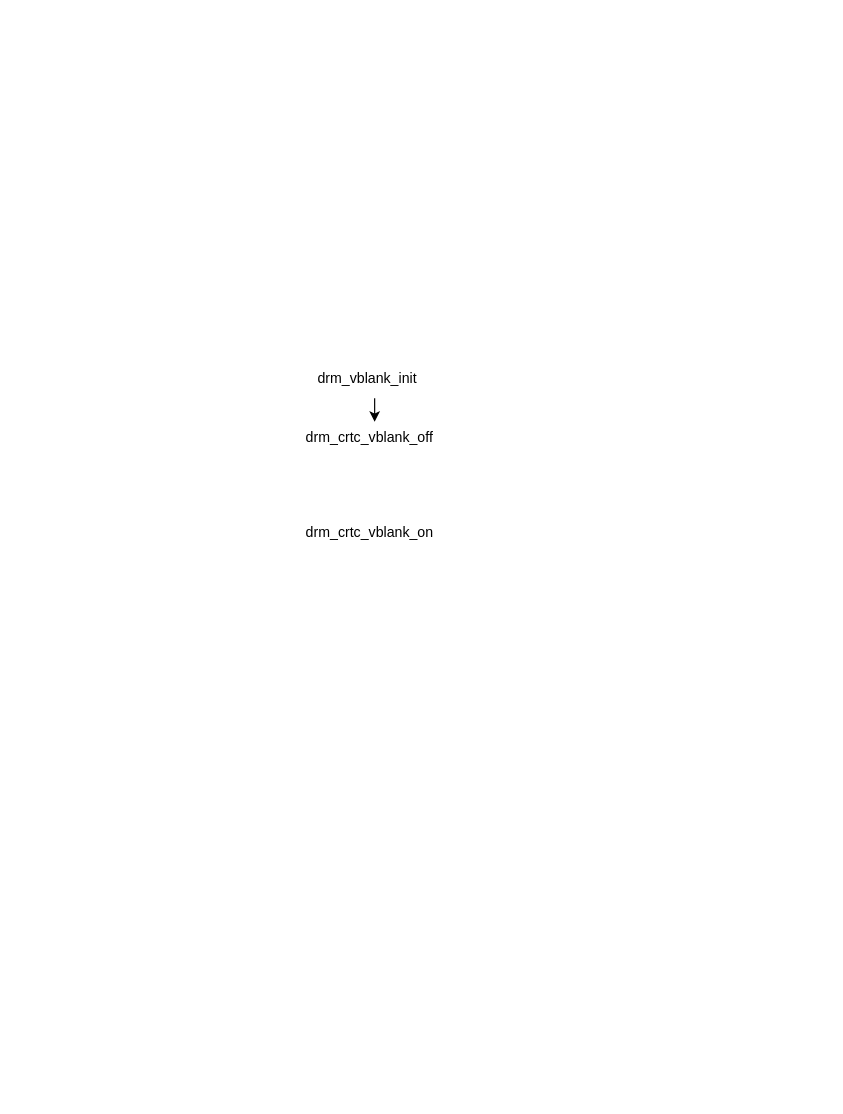
Above: vblank.drawio in YC-Xiang/draw.io (draw.io), before the change. Source tidied: cells renumbered, new cells numbered last; positions are measured from the earlier drawing's top-left corner, leaving out a move shared by most shapes. Both pictures are drawn from the tidied source at 118%, with x=0, y=0 at pixel (303, 362).
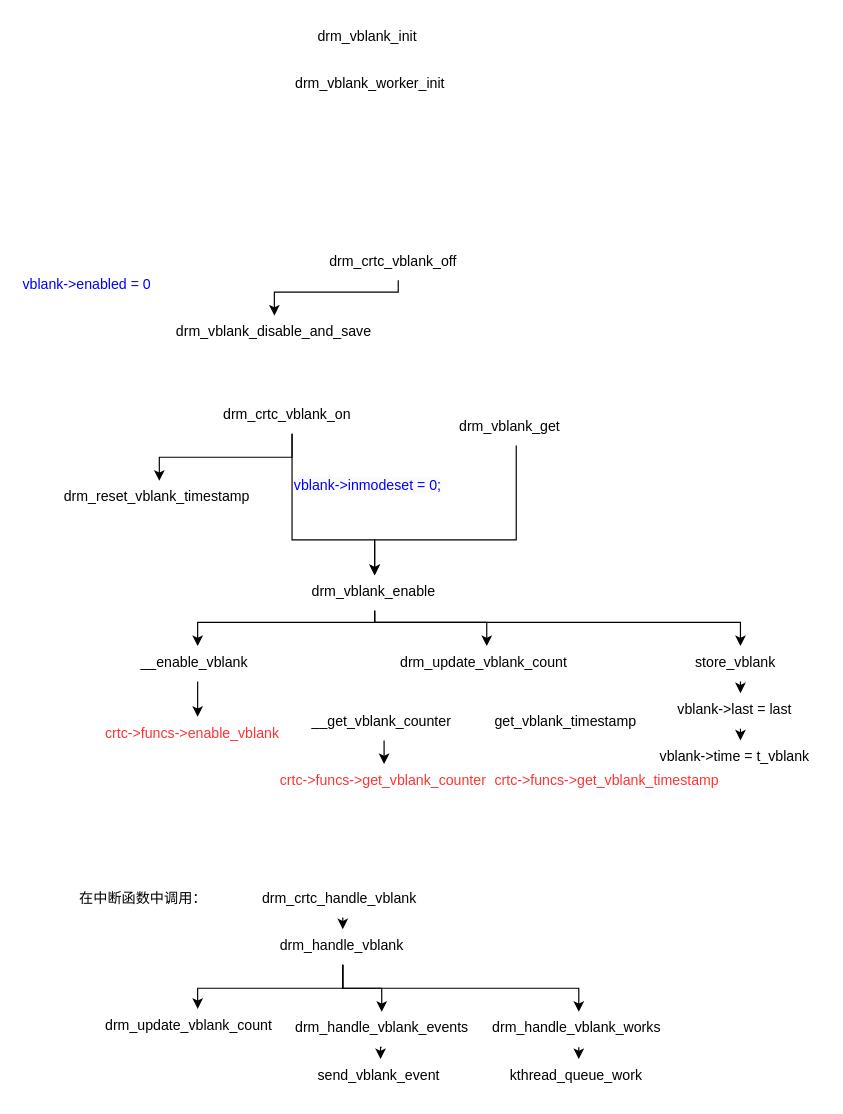
After the change.

Diff of the diagram source:
```diff
@@
+    <mxCell id="6" style="edgeStyle=orthogonalEdgeStyle;rounded=0;jettySize=auto;html=1;exitX=0.5;exitY=1;exitDx=0;exitDy=0;entryX=0.5;entryY=0;entryDx=0;entryDy=0;" parent="1" edge="1" source="2" target="30">
+      <mxGeometry relative="1" as="geometry">
+        <Array as="points">
+          <mxPoint x="80" y="-60" />
+          <mxPoint x="-25" y="-60" />
+        </Array>
+      </mxGeometry>
+    </mxCell>
     <mxCell id="2" value="drm_crtc_vblank_off" style="text;whiteSpace=wrap;html=1;" parent="1" vertex="1">
-      <mxGeometry y="50" width="120" height="30" as="geometry" />
+      <mxGeometry x="20" y="-100" width="120" height="30" as="geometry" />
     </mxCell>
-    <mxCell id="3" style="edgeStyle=orthogonalEdgeStyle;rounded=0;jettySize=auto;html=1;exitX=0.5;exitY=1;exitDx=0;exitDy=0;entryX=0.5;entryY=0;entryDx=0;entryDy=0;" parent="1" edge="1" source="4" target="2">
-      <mxGeometry relative="1" as="geometry" />
-    </mxCell>
     <mxCell id="4" value="drm_vblank_init" style="text;whiteSpace=wrap;html=1;" parent="1" vertex="1">
-      <mxGeometry x="10" width="100" height="30" as="geometry" />
+      <mxGeometry x="10" y="-290" width="100" height="30" as="geometry" />
     </mxCell>
+    <mxCell id="7" style="edgeStyle=orthogonalEdgeStyle;rounded=0;jettySize=auto;html=1;exitX=0.5;exitY=1;exitDx=0;exitDy=0;entryX=0.5;entryY=0;entryDx=0;entryDy=0;" parent="1" edge="1" source="5" target="29">
+      <mxGeometry relative="1" as="geometry" />
+    </mxCell>
+    <mxCell id="8" style="edgeStyle=orthogonalEdgeStyle;rounded=0;jettySize=auto;html=1;exitX=0.5;exitY=1;exitDx=0;exitDy=0;entryX=0.5;entryY=0;entryDx=0;entryDy=0;" parent="1" edge="1" source="5" target="15">
+      <mxGeometry relative="1" as="geometry">
+        <Array as="points">
+          <mxPoint x="-10" y="150" />
+          <mxPoint x="60" y="150" />
+        </Array>
+      </mxGeometry>
+    </mxCell>
     <mxCell id="5" value="drm_crtc_vblank_on" style="text;whiteSpace=wrap;html=1;" parent="1" vertex="1">
-      <mxGeometry y="130" width="120" height="30" as="geometry" />
+      <mxGeometry x="-70" y="30" width="120" height="30" as="geometry" />
     </mxCell>
+    <mxCell id="9" style="edgeStyle=orthogonalEdgeStyle;rounded=0;jettySize=auto;html=1;exitX=0.5;exitY=1;exitDx=0;exitDy=0;entryX=0.5;entryY=0;entryDx=0;entryDy=0;" parent="1" edge="1" source="10" target="11">
+      <mxGeometry relative="1" as="geometry" />
+    </mxCell>
+    <mxCell id="10" value="__enable_vblank" style="text;whiteSpace=wrap;html=1;" parent="1" vertex="1">
+      <mxGeometry x="-140" y="240" width="100" height="30" as="geometry" />
+    </mxCell>
+    <mxCell id="11" value="&lt;font color=&quot;#ff3333&quot;&gt;crtc-&amp;gt;funcs-&amp;gt;enable_vblank&lt;/font&gt;" style="text;whiteSpace=wrap;html=1;" parent="1" vertex="1">
+      <mxGeometry x="-170" y="300" width="160" height="30" as="geometry" />
+    </mxCell>
+    <mxCell id="12" style="edgeStyle=orthogonalEdgeStyle;rounded=0;jettySize=auto;html=1;exitX=0.5;exitY=1;exitDx=0;exitDy=0;entryX=0.5;entryY=0;entryDx=0;entryDy=0;" parent="1" edge="1" source="15" target="10">
+      <mxGeometry relative="1" as="geometry">
+        <Array as="points">
+          <mxPoint x="60" y="220" />
+          <mxPoint x="-90" y="220" />
+        </Array>
+      </mxGeometry>
+    </mxCell>
+    <mxCell id="13" style="edgeStyle=orthogonalEdgeStyle;rounded=0;jettySize=auto;html=1;exitX=0.5;exitY=1;exitDx=0;exitDy=0;entryX=0.5;entryY=0;entryDx=0;entryDy=0;" parent="1" edge="1" source="15" target="16">
+      <mxGeometry relative="1" as="geometry">
+        <Array as="points">
+          <mxPoint x="60" y="220" />
+          <mxPoint x="155" y="220" />
+        </Array>
+      </mxGeometry>
+    </mxCell>
+    <mxCell id="14" style="edgeStyle=orthogonalEdgeStyle;rounded=0;jettySize=auto;html=1;exitX=0.5;exitY=1;exitDx=0;exitDy=0;entryX=0.5;entryY=0;entryDx=0;entryDy=0;" parent="1" edge="1" source="15" target="23">
+      <mxGeometry relative="1" as="geometry">
+        <Array as="points">
+          <mxPoint x="60" y="220" />
+          <mxPoint x="370" y="220" />
+        </Array>
+      </mxGeometry>
+    </mxCell>
+    <mxCell id="15" value="drm_vblank_enable" style="text;whiteSpace=wrap;html=1;" parent="1" vertex="1">
+      <mxGeometry x="5" y="180" width="110" height="30" as="geometry" />
+    </mxCell>
+    <mxCell id="16" value="drm_update_vblank_count" style="text;whiteSpace=wrap;html=1;" parent="1" vertex="1">
+      <mxGeometry x="80" y="240" width="150" height="30" as="geometry" />
+    </mxCell>
+    <mxCell id="17" style="edgeStyle=orthogonalEdgeStyle;rounded=0;jettySize=auto;html=1;exitX=0.5;exitY=1;exitDx=0;exitDy=0;entryX=0.5;entryY=0;entryDx=0;entryDy=0;" parent="1" edge="1" source="18" target="19">
+      <mxGeometry relative="1" as="geometry" />
+    </mxCell>
+    <mxCell id="18" value="__get_vblank_counter" style="text;whiteSpace=wrap;html=1;" parent="1" vertex="1">
+      <mxGeometry x="5" y="290" width="126" height="30" as="geometry" />
+    </mxCell>
+    <mxCell id="19" value="&lt;font color=&quot;#ff3333&quot;&gt;crtc-&amp;gt;funcs-&amp;gt;get_vblank_counter&lt;/font&gt;" style="text;whiteSpace=wrap;html=1;" parent="1" vertex="1">
+      <mxGeometry x="-22" y="340" width="180" height="30" as="geometry" />
+    </mxCell>
+    <mxCell id="20" value="get_vblank_timestamp" style="text;whiteSpace=wrap;html=1;" parent="1" vertex="1">
+      <mxGeometry x="160" y="290" width="130" height="30" as="geometry" />
+    </mxCell>
+    <mxCell id="21" value="&lt;font color=&quot;#ff3333&quot;&gt;crtc-&amp;gt;funcs-&amp;gt;get_vblank_timestamp&lt;/font&gt;" style="text;whiteSpace=wrap;html=1;" parent="1" vertex="1">
+      <mxGeometry x="160" y="340" width="200" height="30" as="geometry" />
+    </mxCell>
+    <mxCell id="22" style="edgeStyle=orthogonalEdgeStyle;rounded=0;jettySize=auto;html=1;exitX=0.5;exitY=1;exitDx=0;exitDy=0;entryX=0.5;entryY=0;entryDx=0;entryDy=0;" parent="1" edge="1" source="23" target="25">
+      <mxGeometry relative="1" as="geometry" />
+    </mxCell>
+    <mxCell id="23" value="store_vblank" style="text;whiteSpace=wrap;html=1;" parent="1" vertex="1">
+      <mxGeometry x="330" y="240" width="80" height="30" as="geometry" />
+    </mxCell>
+    <mxCell id="24" style="edgeStyle=orthogonalEdgeStyle;rounded=0;jettySize=auto;html=1;exitX=0.5;exitY=1;exitDx=0;exitDy=0;entryX=0.5;entryY=0;entryDx=0;entryDy=0;" parent="1" edge="1" source="25" target="26">
+      <mxGeometry relative="1" as="geometry" />
+    </mxCell>
+    <mxCell id="25" value="vblank-&gt;last = last" style="text;whiteSpace=wrap;html=1;" parent="1" vertex="1">
+      <mxGeometry x="315" y="280" width="110" height="30" as="geometry" />
+    </mxCell>
+    <mxCell id="26" value="vblank-&amp;gt;time = t_vblank" style="text;whiteSpace=wrap;html=1;" parent="1" vertex="1">
+      <mxGeometry x="300" y="320" width="140" height="30" as="geometry" />
+    </mxCell>
+    <mxCell id="27" style="edgeStyle=orthogonalEdgeStyle;rounded=0;jettySize=auto;html=1;entryX=0.5;entryY=0;entryDx=0;entryDy=0;" parent="1" edge="1" source="28" target="15">
+      <mxGeometry relative="1" as="geometry">
+        <Array as="points">
+          <mxPoint x="180" y="150" />
+          <mxPoint x="60" y="150" />
+        </Array>
+      </mxGeometry>
+    </mxCell>
+    <mxCell id="28" value="drm_vblank_get" style="text;whiteSpace=wrap;html=1;" parent="1" vertex="1">
+      <mxGeometry x="130" y="40" width="100" height="30" as="geometry" />
+    </mxCell>
+    <mxCell id="29" value="drm_reset_vblank_timestamp" style="text;whiteSpace=wrap;html=1;" parent="1" vertex="1">
+      <mxGeometry x="-205" y="100" width="165" height="30" as="geometry" />
+    </mxCell>
+    <mxCell id="30" value="drm_vblank_disable_and_save" style="text;whiteSpace=wrap;html=1;" parent="1" vertex="1">
+      <mxGeometry x="-110" y="-40" width="170" height="30" as="geometry" />
+    </mxCell>
+    <mxCell id="31" value="&lt;span style=&quot;color: rgb(0, 0, 255); font-family: Helvetica; font-size: 12px; font-style: normal; font-variant-ligatures: normal; font-variant-caps: normal; font-weight: 400; letter-spacing: normal; orphans: 2; text-align: center; text-indent: 0px; text-transform: none; widows: 2; word-spacing: 0px; -webkit-text-stroke-width: 0px; white-space: normal; background-color: rgb(251, 251, 251); text-decoration-thickness: initial; text-decoration-style: initial; text-decoration-color: initial; display: inline !important; float: none;&quot;&gt;vblank-&amp;gt;inmodeset = 0;&lt;/span&gt;" style="text;whiteSpace=wrap;html=1;" parent="1" vertex="1">
+      <mxGeometry x="-10" y="90" width="130" height="30" as="geometry" />
+    </mxCell>
+    <mxCell id="32" style="edgeStyle=orthogonalEdgeStyle;rounded=0;jettySize=auto;html=1;exitX=0.5;exitY=1;exitDx=0;exitDy=0;" parent="1" edge="1" source="35" target="40">
+      <mxGeometry relative="1" as="geometry">
+        <Array as="points">
+          <mxPoint x="33" y="530" />
+          <mxPoint x="-90" y="530" />
+        </Array>
+      </mxGeometry>
+    </mxCell>
+    <mxCell id="33" style="edgeStyle=orthogonalEdgeStyle;rounded=0;jettySize=auto;html=1;exitX=0.5;exitY=1;exitDx=0;exitDy=0;entryX=0.5;entryY=0;entryDx=0;entryDy=0;" parent="1" edge="1" source="35" target="42">
+      <mxGeometry relative="1" as="geometry" />
+    </mxCell>
+    <mxCell id="34" style="edgeStyle=orthogonalEdgeStyle;rounded=0;jettySize=auto;html=1;exitX=0.5;exitY=1;exitDx=0;exitDy=0;entryX=0.5;entryY=0;entryDx=0;entryDy=0;" parent="1" edge="1" source="35" target="44">
+      <mxGeometry relative="1" as="geometry" />
+    </mxCell>
+    <mxCell id="35" value="drm_handle_vblank" style="text;whiteSpace=wrap;html=1;" parent="1" vertex="1">
+      <mxGeometry x="-22" y="480" width="110" height="30" as="geometry" />
+    </mxCell>
+    <mxCell id="36" style="edgeStyle=orthogonalEdgeStyle;rounded=0;jettySize=auto;html=1;exitX=0.5;exitY=1;exitDx=0;exitDy=0;entryX=0.5;entryY=0;entryDx=0;entryDy=0;" parent="1" edge="1" source="37" target="35">
+      <mxGeometry relative="1" as="geometry" />
+    </mxCell>
+    <mxCell id="37" value="drm_crtc_handle_vblank" style="text;whiteSpace=wrap;html=1;" parent="1" vertex="1">
+      <mxGeometry x="-37" y="440" width="140" height="30" as="geometry" />
+    </mxCell>
+    <mxCell id="38" value="在中断函数中调用：" style="text;whiteSpace=wrap;html=1;" parent="1" vertex="1">
+      <mxGeometry x="-192.5" y="440" width="140" height="30" as="geometry" />
+    </mxCell>
+    <mxCell id="39" value="vblank-&amp;gt;enabled = 0" style="text;whiteSpace=wrap;html=1;fontColor=#0000FF;" parent="1" vertex="1">
+      <mxGeometry x="-240" y="-80" width="120" height="30" as="geometry" />
+    </mxCell>
+    <mxCell id="40" value="drm_update_vblank_count" style="text;whiteSpace=wrap;html=1;" parent="1" vertex="1">
+      <mxGeometry x="-170" y="547.5" width="155" height="25" as="geometry" />
+    </mxCell>
+    <mxCell id="41" style="edgeStyle=orthogonalEdgeStyle;rounded=0;jettySize=auto;html=1;exitX=0.5;exitY=1;exitDx=0;exitDy=0;entryX=0.5;entryY=0;entryDx=0;entryDy=0;" parent="1" edge="1" source="42" target="45">
+      <mxGeometry relative="1" as="geometry" />
+    </mxCell>
+    <mxCell id="42" value="drm_handle_vblank_events" style="text;whiteSpace=wrap;html=1;" parent="1" vertex="1">
+      <mxGeometry x="-9" y="550" width="150" height="30" as="geometry" />
+    </mxCell>
+    <mxCell id="43" style="edgeStyle=orthogonalEdgeStyle;rounded=0;jettySize=auto;html=1;exitX=0.5;exitY=1;exitDx=0;exitDy=0;entryX=0.5;entryY=0;entryDx=0;entryDy=0;" parent="1" edge="1" source="44" target="46">
+      <mxGeometry relative="1" as="geometry" />
+    </mxCell>
+    <mxCell id="44" value="drm_handle_vblank_works" style="text;whiteSpace=wrap;html=1;" parent="1" vertex="1">
+      <mxGeometry x="158" y="550" width="150" height="30" as="geometry" />
+    </mxCell>
+    <mxCell id="45" value="send_vblank_event" style="text;whiteSpace=wrap;html=1;" parent="1" vertex="1">
+      <mxGeometry x="10" y="590" width="110" height="30" as="geometry" />
+    </mxCell>
+    <mxCell id="46" value="kthread_queue_work" style="text;whiteSpace=wrap;html=1;" parent="1" vertex="1">
+      <mxGeometry x="173" y="590" width="120" height="30" as="geometry" />
+    </mxCell>
+    <mxCell id="47" value="drm_vblank_worker_init" style="text;whiteSpace=wrap;html=1;" parent="1" vertex="1">
+      <mxGeometry x="-9" y="-250" width="140" height="30" as="geometry" />
+    </mxCell>
```
